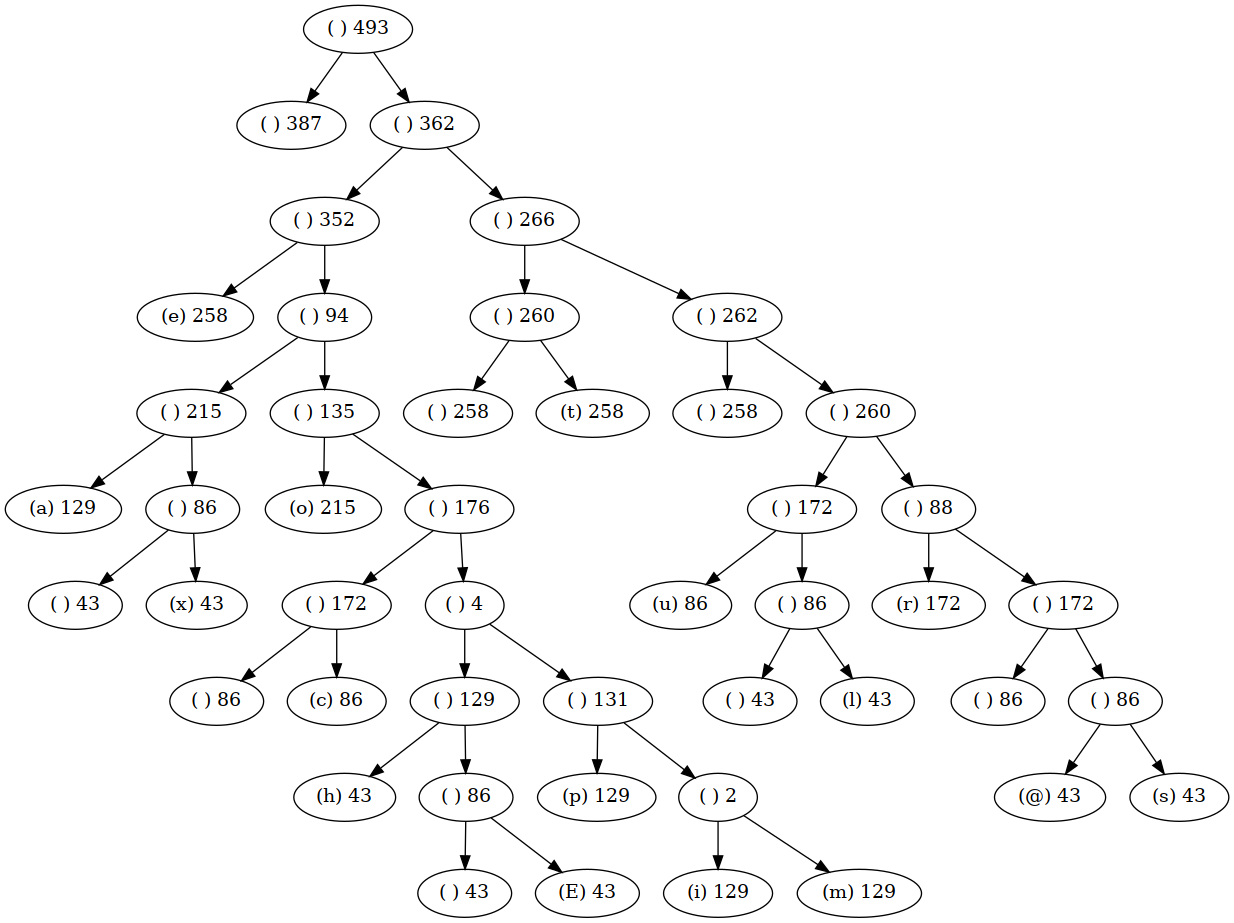
arturbmallmann/seguranca keeps this Graphviz diagram as huffman/grafo.png. Above is the earlier version. Its source is kept beside it as huffman/grafo.dot. Its diagram source:
```dot
digraph regexp {
n0 [label="( ) 43"];
n1 [label="( ) 86"];
n2 [label="( ) 86"];
n3 [label="( ) 43"];
n4 [label="( ) 258"];
n5 [label="(@) 43"];
n6 [label="( ) 387"];
n7 [label="( ) 258"];
n8 [label="( ) 43"];
n9 [label="(E) 43"];
n10 [label="(a) 129"];
n11 [label="(c) 86"];
n12 [label="(e) 258"];
n13 [label="(h) 43"];
n14 [label="(i) 129"];
n15 [label="(l) 43"];
n16 [label="(m) 129"];
n17 [label="(o) 215"];
n18 [label="(p) 129"];
n19 [label="(r) 172"];
n20 [label="(s) 43"];
n21 [label="(t) 258"];
n22 [label="(u) 86"];
n23 [label="(x) 43"];
n24 [label="( ) 86"];
n25 [label="( ) 86"];
n26 [label="( ) 86"];
n27 [label="( ) 86"];
n28 [label="( ) 129"];
n29 [label="( ) 172"];
n30 [label="( ) 172"];
n31 [label="( ) 172"];
n32 [label="( ) 215"];
n33 [label="( ) 2"];
n34 [label="( ) 131"];
n35 [label="( ) 4"];
n36 [label="( ) 176"];
n37 [label="( ) 88"];
n38 [label="( ) 260"];
n39 [label="( ) 135"];
n40 [label="( ) 94"];
n41 [label="( ) 352"];
n42 [label="( ) 260"];
n43 [label="( ) 262"];
n44 [label="( ) 266"];
n45 [label="( ) 362"];
n46 [label="( ) 493"];
n46 -> n6;
n46 -> n45;
n45 -> n41;
n45 -> n44;
n44 -> n43;
n44 -> n42;
n42 -> n21;
n42 -> n7;
n43 -> n38;
n43 -> n4;
n38 -> n31;
n38 -> n37;
n37 -> n19;
n37 -> n29;
n29 -> n1;
n29 -> n25;
n25 -> n20;
n25 -> n5;
n31 -> n22;
n31 -> n27;
n27 -> n15;
n27 -> n3;
n41 -> n12;
n41 -> n40;
n40 -> n32;
n40 -> n39;
n39 -> n17;
n39 -> n36;
n36 -> n30;
n36 -> n35;
n35 -> n34;
n35 -> n28;
n28 -> n26;
n28 -> n13;
n26 -> n9;
n26 -> n8;
n34 -> n18;
n34 -> n33;
n33 -> n16;
n33 -> n14;
n30 -> n2;
n30 -> n11;
n32 -> n10;
n32 -> n24;
n24 -> n23;
n24 -> n0;
}
```
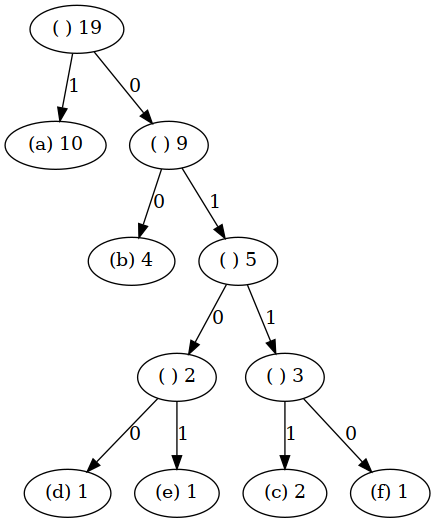
After the change.

What changed in the source:
```diff
@@ -1,95 +1,23 @@
 digraph regexp {
-n0 [label="( ) 43"];
-n1 [label="( ) 86"];
-n2 [label="( ) 86"];
-n3 [label="( ) 43"];
-n4 [label="( ) 258"];
-n5 [label="(@) 43"];
-n6 [label="( ) 387"];
-n7 [label="( ) 258"];
-n8 [label="( ) 43"];
-n9 [label="(E) 43"];
-n10 [label="(a) 129"];
-n11 [label="(c) 86"];
-n12 [label="(e) 258"];
-n13 [label="(h) 43"];
-n14 [label="(i) 129"];
-n15 [label="(l) 43"];
-n16 [label="(m) 129"];
-n17 [label="(o) 215"];
-n18 [label="(p) 129"];
-n19 [label="(r) 172"];
-n20 [label="(s) 43"];
-n21 [label="(t) 258"];
-n22 [label="(u) 86"];
-n23 [label="(x) 43"];
-n24 [label="( ) 86"];
-n25 [label="( ) 86"];
-n26 [label="( ) 86"];
-n27 [label="( ) 86"];
-n28 [label="( ) 129"];
-n29 [label="( ) 172"];
-n30 [label="( ) 172"];
-n31 [label="( ) 172"];
-n32 [label="( ) 215"];
-n33 [label="( ) 2"];
-n34 [label="( ) 131"];
-n35 [label="( ) 4"];
-n36 [label="( ) 176"];
-n37 [label="( ) 88"];
-n38 [label="( ) 260"];
-n39 [label="( ) 135"];
-n40 [label="( ) 94"];
-n41 [label="( ) 352"];
-n42 [label="( ) 260"];
-n43 [label="( ) 262"];
-n44 [label="( ) 266"];
-n45 [label="( ) 362"];
-n46 [label="( ) 493"];
-n46 -> n6;
-n46 -> n45;
-n45 -> n41;
-n45 -> n44;
-n44 -> n43;
-n44 -> n42;
-n42 -> n21;
-n42 -> n7;
-n43 -> n38;
-n43 -> n4;
-n38 -> n31;
-n38 -> n37;
-n37 -> n19;
-n37 -> n29;
-n29 -> n1;
-n29 -> n25;
-n25 -> n20;
-n25 -> n5;
-n31 -> n22;
-n31 -> n27;
-n27 -> n15;
-n27 -> n3;
-n41 -> n12;
-n41 -> n40;
-n40 -> n32;
-n40 -> n39;
-n39 -> n17;
-n39 -> n36;
-n36 -> n30;
-n36 -> n35;
-n35 -> n34;
-n35 -> n28;
-n28 -> n26;
-n28 -> n13;
-n26 -> n9;
-n26 -> n8;
-n34 -> n18;
-n34 -> n33;
-n33 -> n16;
-n33 -> n14;
-n30 -> n2;
-n30 -> n11;
-n32 -> n10;
-n32 -> n24;
-n24 -> n23;
-n24 -> n0;
+n0 [label="(a) 10"];
+n1 [label="(b) 4"];
+n2 [label="(c) 2"];
+n3 [label="(d) 1"];
+n4 [label="(e) 1"];
+n5 [label="(f) 1"];
+n6 [label="( ) 2"];
+n7 [label="( ) 3"];
+n8 [label="( ) 5"];
+n9 [label="( ) 9"];
+n10 [label="( ) 19"];
+n10 -> n9[label="0"];
+n10 -> n0[label="1"];
+n9 -> n1[label="0"];
+n9 -> n8[label="1"];
+n8 -> n6[label="0"];
+n8 -> n7[label="1"];
+n6 -> n3[label="0"];
+n6 -> n4[label="1"];
+n7 -> n5[label="0"];
+n7 -> n2[label="1"];
 }
```
